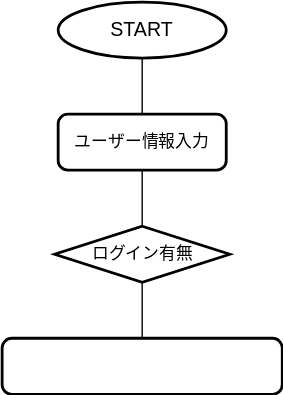
This is フローチャート.drawio.svg from toyoaya/draw.io_exam, a draw.io export, as it was before one commit. Source tidied: cells renumbered, new cells last; positions are measured from the earlier drawing's top-left corner, leaving out a move shared by most shapes.
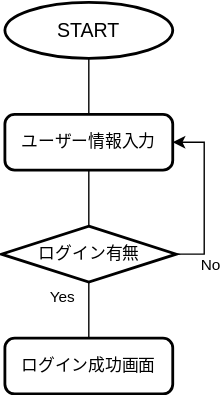
After the change.

Commit message:
フローチャート.drawio.svg を更新します

The edit, as a diff of the source:
```diff
@@ -14,14 +14,27 @@
     <mxCell id="5" style="edgeStyle=orthogonalEdgeStyle;rounded=0;jettySize=auto;html=1;exitX=0.5;exitY=1;exitDx=0;exitDy=0;exitPerimeter=0;entryX=0.5;entryY=0;entryDx=0;entryDy=0;endArrow=none;endFill=0;" parent="1" edge="1" source="6" target="8">
       <mxGeometry relative="1" as="geometry" />
     </mxCell>
+    <mxCell id="9" value="Yes" style="edgeLabel;html=1;align=center;verticalAlign=middle;" parent="5" vertex="1">
+      <mxGeometry x="-0.3" y="-1" relative="1" as="geometry">
+        <mxPoint x="-19" y="-4" as="offset" />
+      </mxGeometry>
+    </mxCell>
+    <mxCell id="10" style="edgeStyle=orthogonalEdgeStyle;rounded=0;jettySize=auto;html=1;exitX=1;exitY=0.5;exitDx=0;exitDy=0;exitPerimeter=0;entryX=1;entryY=0.5;entryDx=0;entryDy=0;" parent="1" edge="1" source="6" target="4">
+      <mxGeometry relative="1" as="geometry" />
+    </mxCell>
+    <mxCell id="11" value="No" style="edgeLabel;html=1;align=center;verticalAlign=middle;" parent="10" vertex="1">
+      <mxGeometry x="-0.67" y="-8" relative="1" as="geometry">
+        <mxPoint x="-4" y="7" as="offset" />
+      </mxGeometry>
+    </mxCell>
     <mxCell id="6" value="ログイン有無" style="strokeWidth=2;html=1;shape=mxgraph.flowchart.decision;whiteSpace=wrap;" parent="1" vertex="1">
       <mxGeometry x="37.5" y="160" width="125" height="40" as="geometry" />
     </mxCell>
     <mxCell id="7" style="edgeStyle=orthogonalEdgeStyle;rounded=0;jettySize=auto;html=1;exitX=0.5;exitY=1;exitDx=0;exitDy=0;entryX=0.5;entryY=0;entryDx=0;entryDy=0;entryPerimeter=0;endArrow=none;endFill=0;" parent="1" edge="1" source="4" target="6">
       <mxGeometry relative="1" as="geometry" />
     </mxCell>
-    <mxCell id="8" style="rounded=1;whiteSpace=wrap;html=1;absoluteArcSize=1;arcSize=14;strokeWidth=2;" parent="1" vertex="1">
-      <mxGeometry y="240" width="200" height="40" as="geometry" />
+    <mxCell id="8" value="ログイン成功画面" style="rounded=1;whiteSpace=wrap;html=1;absoluteArcSize=1;arcSize=14;strokeWidth=2;" parent="1" vertex="1">
+      <mxGeometry x="40" y="240" width="120" height="40" as="geometry" />
     </mxCell>
   </root>
 </mxGraphModel>
```
